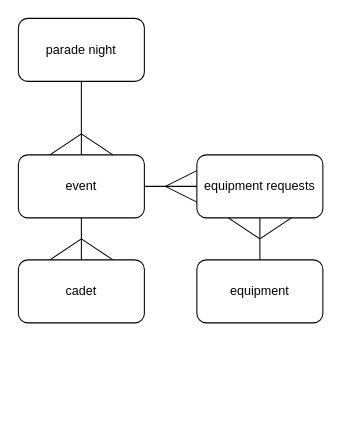
Artermes27/cadet-management-app keeps this draw.io diagram as flowcharts/ER diagram bacic.drawio. Above is the earlier version. Source tidied: cells renumbered, new cells numbered last; positions are measured from the earlier drawing's top-left corner, leaving out a move shared by most shapes. Both pictures are drawn from the tidied source at 105%, with x=0, y=0 at pixel (18, 18).
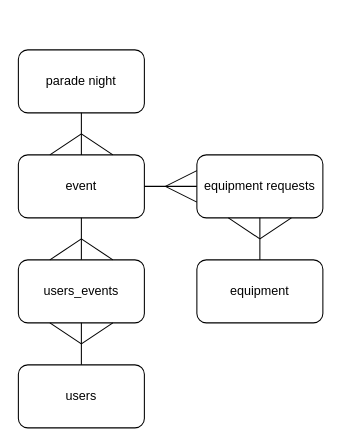
The same diagram, later.

What changed in the source:
```diff
@@
     <mxCell id="2" value="parade night" style="rounded=1;whiteSpace=wrap;html=1;" parent="1" vertex="1">
-      <mxGeometry width="120" height="60" as="geometry" />
+      <mxGeometry y="30" width="120" height="60" as="geometry" />
     </mxCell>
@@
-    <mxCell id="15" value="cadet" style="rounded=1;whiteSpace=wrap;html=1;" parent="1" vertex="1">
+    <mxCell id="15" value="users_events" style="rounded=1;whiteSpace=wrap;html=1;" parent="1" vertex="1">
       <mxGeometry y="230" width="120" height="60" as="geometry" />
     </mxCell>
@@
+    <mxCell id="19" value="users" style="rounded=1;whiteSpace=wrap;html=1;" parent="1" vertex="1">
+      <mxGeometry y="330" width="120" height="60" as="geometry" />
+    </mxCell>
+    <mxCell id="20" style="endArrow=none;html=1;exitX=0.5;exitY=1;exitDx=0;exitDy=0;" parent="1" edge="1" source="15" target="19">
+      <mxGeometry relative="1" as="geometry" />
+    </mxCell>
+    <mxCell id="21" style="endArrow=none;html=1;entryX=0.75;entryY=1;entryDx=0;entryDy=0;" parent="1" edge="1" target="15">
+      <mxGeometry relative="1" as="geometry">
+        <mxPoint x="60" y="310" as="sourcePoint" />
+      </mxGeometry>
+    </mxCell>
+    <mxCell id="22" style="endArrow=none;html=1;entryX=0.25;entryY=1;entryDx=0;entryDy=0;" parent="1" edge="1" target="15">
+      <mxGeometry relative="1" as="geometry">
+        <mxPoint x="60" y="310" as="sourcePoint" />
+      </mxGeometry>
+    </mxCell>
```
